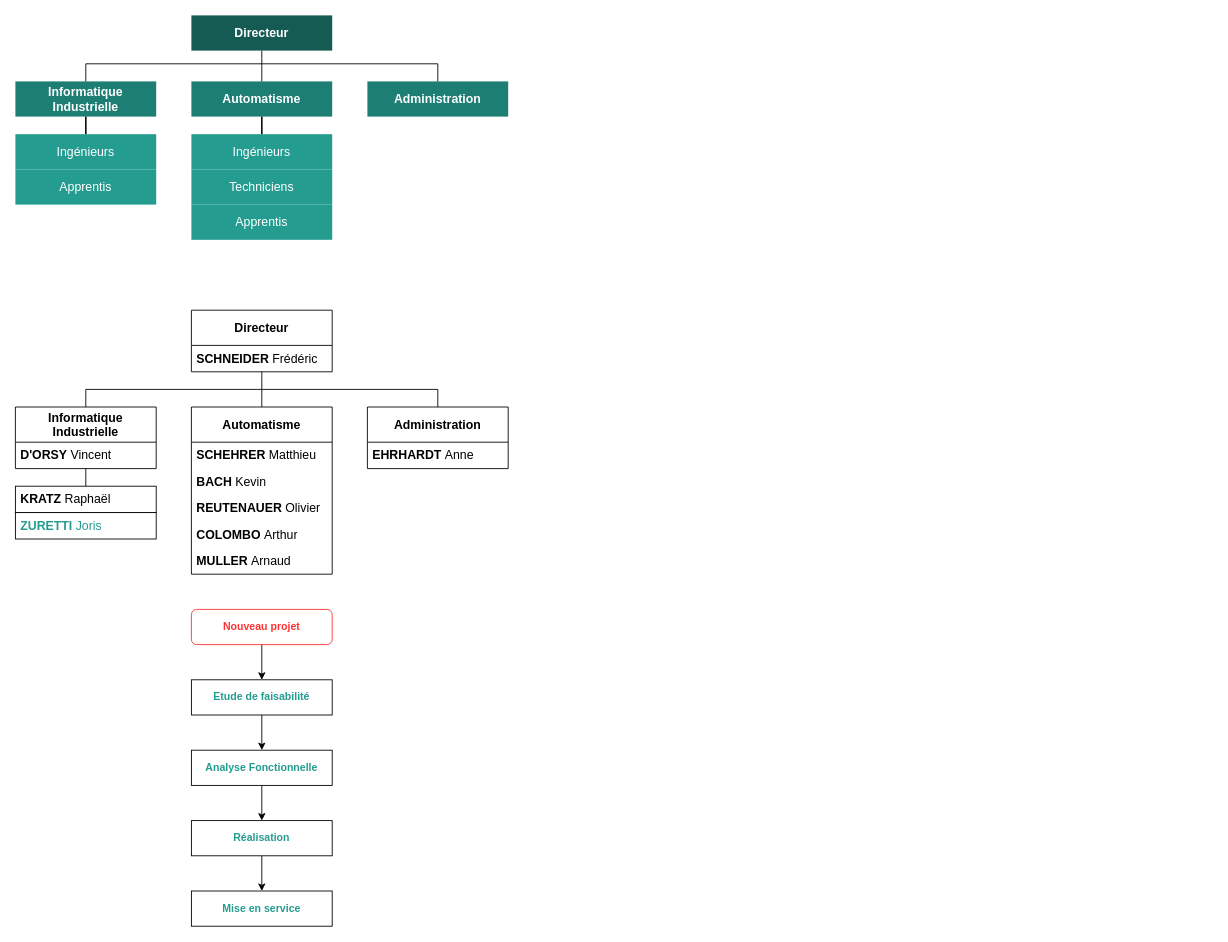
joriszuretti/esirem keeps this draw.io diagram as bee-automation.drawio. Above is the earlier version. Source tidied: cells renumbered, new cells numbered last; positions are measured from the earlier drawing's top-left corner, leaving out a move shared by most shapes. Both pictures are drawn from the tidied source at 88%, with x=0, y=0 at pixel (15, 15).
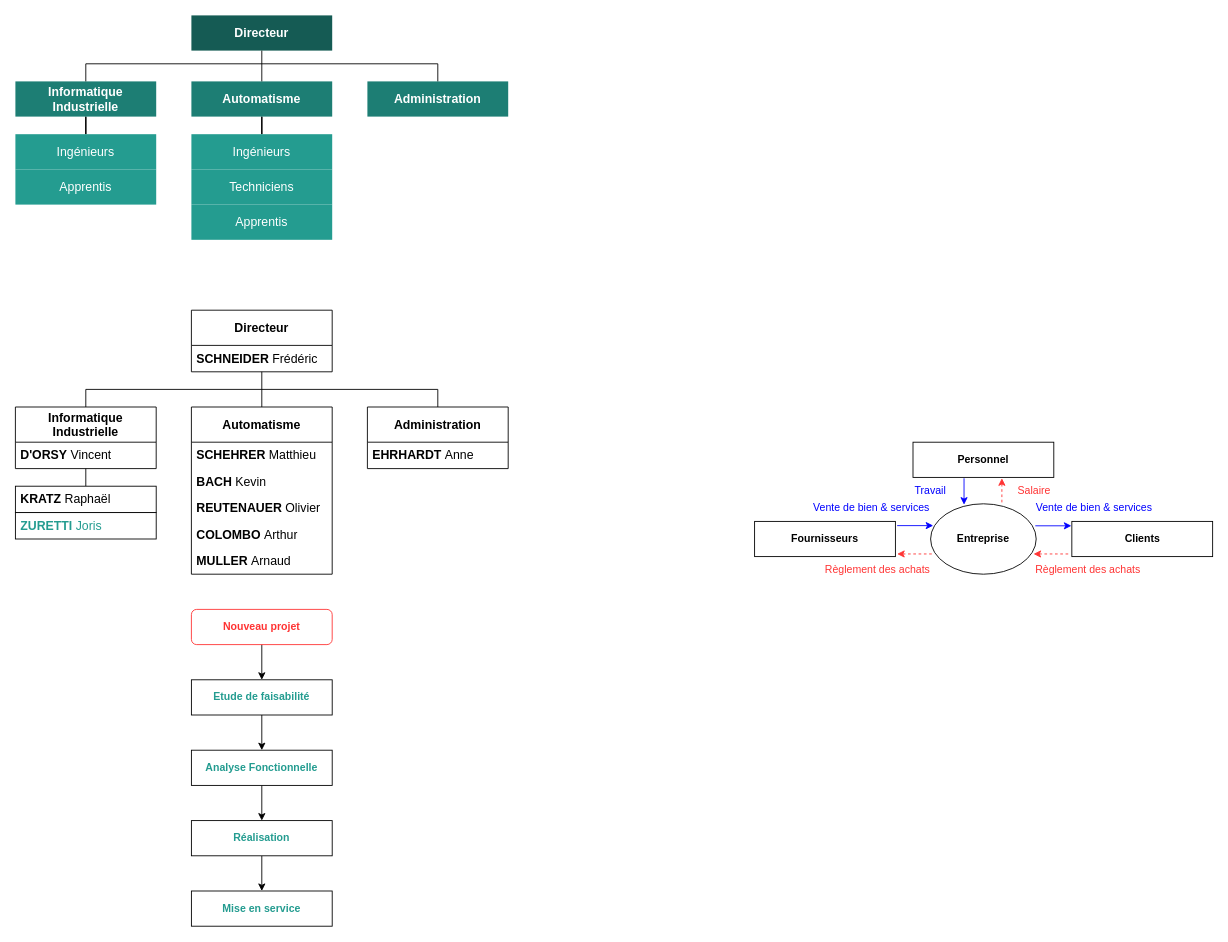
After the change.

Commit message:
Mettre à jour bee-automation.drawio

Change to the diagram source:
```diff
@@
+    <mxCell id="43" value="&lt;b&gt;Entreprise&lt;/b&gt;" style="ellipse;whiteSpace=wrap;html=1;" parent="1" vertex="1">
+      <mxGeometry x="1040" y="555" width="120" height="80" as="geometry" />
+    </mxCell>
+    <mxCell id="44" value="&lt;font color=&quot;#000000&quot;&gt;Fournisseurs&lt;/font&gt;" style="rounded=0;whiteSpace=wrap;html=1;fontStyle=1;fontColor=#249C90;" parent="1" vertex="1">
+      <mxGeometry x="840" y="575" width="160" height="40" as="geometry" />
+    </mxCell>
+    <mxCell id="45" value="&lt;font color=&quot;#000000&quot;&gt;Personnel&lt;/font&gt;" style="rounded=0;whiteSpace=wrap;html=1;fontStyle=1;fontColor=#249C90;" parent="1" vertex="1">
+      <mxGeometry x="1020" y="485" width="160" height="40" as="geometry" />
+    </mxCell>
+    <mxCell id="46" value="&lt;font color=&quot;#000000&quot;&gt;Clients&lt;/font&gt;" style="rounded=0;whiteSpace=wrap;html=1;fontStyle=1;fontColor=#249C90;" parent="1" vertex="1">
+      <mxGeometry x="1200.5" y="575" width="160" height="40" as="geometry" />
+    </mxCell>
+    <mxCell id="47" style="edgeStyle=orthogonalEdgeStyle;rounded=0;orthogonalLoop=1;jettySize=auto;html=1;exitX=1;exitY=0.5;exitDx=0;exitDy=0;entryX=0;entryY=0.5;entryDx=0;entryDy=0;strokeColor=#FF3333;endArrow=none;endFill=0;startArrow=classic;startFill=1;dashed=1;" parent="1" edge="1">
+      <mxGeometry relative="1" as="geometry">
+        <mxPoint x="1157" y="612" as="sourcePoint" />
+        <mxPoint x="1198" y="612" as="targetPoint" />
+      </mxGeometry>
+    </mxCell>
+    <mxCell id="48" style="edgeStyle=orthogonalEdgeStyle;rounded=0;orthogonalLoop=1;jettySize=auto;html=1;exitX=1;exitY=0.5;exitDx=0;exitDy=0;entryX=0;entryY=0.5;entryDx=0;entryDy=0;strokeColor=#0000FF;" parent="1" edge="1">
+      <mxGeometry relative="1" as="geometry">
+        <mxPoint x="1159" y="580" as="sourcePoint" />
+        <mxPoint x="1200" y="580" as="targetPoint" />
+      </mxGeometry>
+    </mxCell>
+    <mxCell id="49" style="edgeStyle=orthogonalEdgeStyle;rounded=0;orthogonalLoop=1;jettySize=auto;html=1;exitX=1;exitY=0.5;exitDx=0;exitDy=0;entryX=0;entryY=0.5;entryDx=0;entryDy=0;strokeColor=#0000FF;" parent="1" edge="1">
+      <mxGeometry relative="1" as="geometry">
+        <mxPoint x="1002" y="579.8" as="sourcePoint" />
+        <mxPoint x="1043" y="579.8" as="targetPoint" />
+      </mxGeometry>
+    </mxCell>
+    <mxCell id="50" style="edgeStyle=orthogonalEdgeStyle;rounded=0;orthogonalLoop=1;jettySize=auto;html=1;exitX=1;exitY=0.5;exitDx=0;exitDy=0;entryX=0;entryY=0.5;entryDx=0;entryDy=0;strokeColor=#FF3333;endArrow=none;endFill=0;startArrow=classic;startFill=1;dashed=1;" parent="1" edge="1">
+      <mxGeometry relative="1" as="geometry">
+        <mxPoint x="1002" y="612" as="sourcePoint" />
+        <mxPoint x="1043" y="612" as="targetPoint" />
+      </mxGeometry>
+    </mxCell>
+    <mxCell id="51" style="edgeStyle=orthogonalEdgeStyle;rounded=0;orthogonalLoop=1;jettySize=auto;html=1;exitX=0.5;exitY=1;exitDx=0;exitDy=0;entryX=0.5;entryY=0;entryDx=0;entryDy=0;strokeColor=#0000FF;" parent="1" edge="1">
+      <mxGeometry relative="1" as="geometry">
+        <mxPoint x="1078" y="526" as="sourcePoint" />
+        <mxPoint x="1078" y="556" as="targetPoint" />
+      </mxGeometry>
+    </mxCell>
+    <mxCell id="52" style="edgeStyle=orthogonalEdgeStyle;rounded=0;orthogonalLoop=1;jettySize=auto;html=1;exitX=0.5;exitY=1;exitDx=0;exitDy=0;entryX=0.5;entryY=0;entryDx=0;entryDy=0;strokeColor=#FF3333;dashed=1;endArrow=none;endFill=0;startArrow=classic;startFill=1;" parent="1" edge="1">
+      <mxGeometry relative="1" as="geometry">
+        <mxPoint x="1121" y="526" as="sourcePoint" />
+        <mxPoint x="1121" y="556" as="targetPoint" />
+      </mxGeometry>
+    </mxCell>
+    <mxCell id="53" value="&lt;font color=&quot;#0000ff&quot;&gt;Vente de bien &amp;amp; services&lt;/font&gt;" style="text;html=1;strokeColor=none;fillColor=none;align=center;verticalAlign=middle;whiteSpace=wrap;rounded=0;" parent="1" vertex="1">
+      <mxGeometry x="1151" y="545" width="150" height="30" as="geometry" />
+    </mxCell>
+    <mxCell id="54" value="&lt;font color=&quot;#ff3333&quot;&gt;Règlement des achats&lt;/font&gt;" style="text;html=1;strokeColor=none;fillColor=none;align=center;verticalAlign=middle;whiteSpace=wrap;rounded=0;" parent="1" vertex="1">
+      <mxGeometry x="1144" y="615" width="150" height="30" as="geometry" />
+    </mxCell>
+    <mxCell id="55" value="&lt;font color=&quot;#ff3333&quot;&gt;Salaire&lt;/font&gt;" style="text;html=1;strokeColor=none;fillColor=none;align=center;verticalAlign=middle;whiteSpace=wrap;rounded=0;" parent="1" vertex="1">
+      <mxGeometry x="1083" y="525" width="150" height="30" as="geometry" />
+    </mxCell>
+    <mxCell id="56" value="&lt;font color=&quot;#0000ff&quot;&gt;Travail&lt;/font&gt;" style="text;html=1;strokeColor=none;fillColor=none;align=center;verticalAlign=middle;whiteSpace=wrap;rounded=0;" parent="1" vertex="1">
+      <mxGeometry x="965" y="525" width="150" height="30" as="geometry" />
+    </mxCell>
+    <mxCell id="57" value="&lt;font color=&quot;#0000ff&quot;&gt;Vente de bien &amp;amp; services&lt;/font&gt;" style="text;html=1;strokeColor=none;fillColor=none;align=center;verticalAlign=middle;whiteSpace=wrap;rounded=0;" parent="1" vertex="1">
+      <mxGeometry x="898" y="545" width="150" height="30" as="geometry" />
+    </mxCell>
+    <mxCell id="58" value="&lt;font color=&quot;#ff3333&quot;&gt;Règlement des achats&lt;/font&gt;" style="text;html=1;strokeColor=none;fillColor=none;align=center;verticalAlign=middle;whiteSpace=wrap;rounded=0;" parent="1" vertex="1">
+      <mxGeometry x="905" y="615" width="150" height="30" as="geometry" />
+    </mxCell>
```
